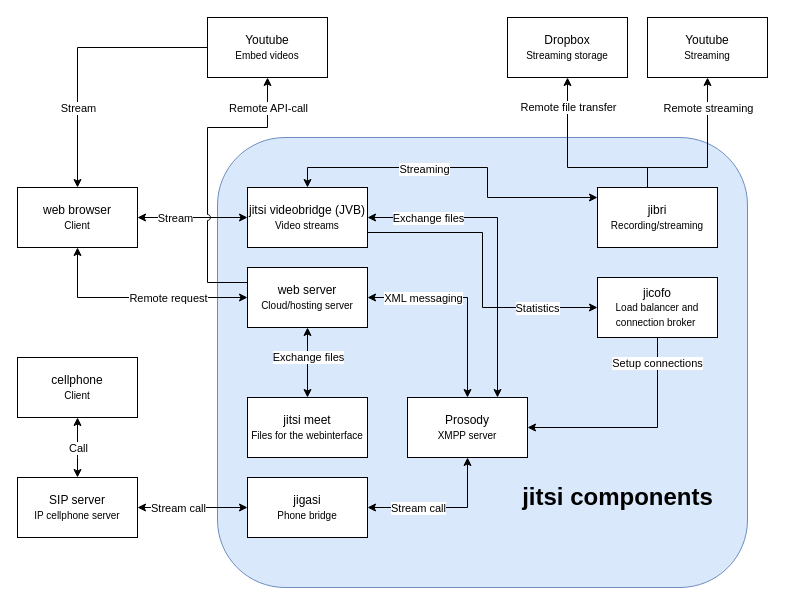
Above: docs/assets/ArchitectureDiagram.drawio in jitsi/handbook (draw.io), before the change. Source tidied: cells renumbered, new cells numbered last; positions are measured from the earlier drawing's top-left corner, leaving out a move shared by most shapes. Both pictures are drawn from the tidied source at 100%, with x=0, y=0 at pixel (17, 17).
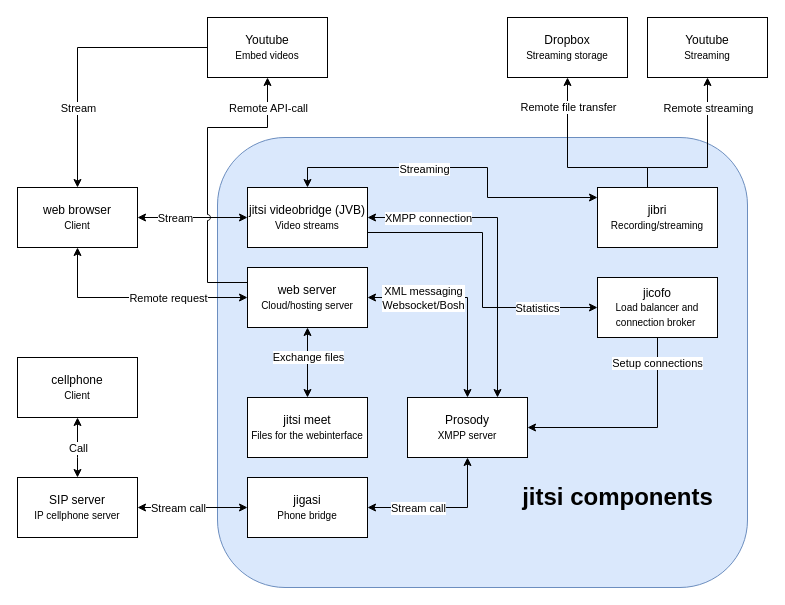
The same page after the edit.

Commit message (it also covers changes not shown here):
Updates the architecture diagram.

The change refers to these unchanged cells:
```xml
<mxCell id="6" style="edgeStyle=orthogonalEdgeStyle;rounded=0;jumpStyle=arc;jettySize=auto;html=1;exitX=1;exitY=0.5;exitDx=0;exitDy=0;entryX=0.75;entryY=0;entryDx=0;entryDy=0;startArrow=classic;startFill=1;endArrow=classic;endFill=1;" parent="1" edge="1" source="8" target="29">
  <mxGeometry relative="1" as="geometry" />
</mxCell>
<mxCell id="27" style="edgeStyle=orthogonalEdgeStyle;rounded=0;jettySize=auto;html=1;exitX=0.5;exitY=0;exitDx=0;exitDy=0;entryX=1;entryY=0.5;entryDx=0;entryDy=0;startArrow=classic;startFill=1;" parent="1" edge="1" source="29" target="40">
  <mxGeometry relative="1" as="geometry" />
</mxCell>
```

Change to the diagram source:
```diff
@@
-    <mxCell id="7" value="Exchange files" style="edgeLabel;html=1;align=center;verticalAlign=middle;" parent="6" vertex="1">
+    <mxCell id="7" value="XMPP connection" style="edgeLabel;html=1;align=center;verticalAlign=middle;" parent="6" vertex="1">
       <mxGeometry x="0.53" y="-1" relative="1" as="geometry">
         <mxPoint x="-69" y="-107" as="offset" />
       </mxGeometry>
     </mxCell>
@@
-    <mxCell id="28" value="XML messaging" style="edgeLabel;html=1;align=center;verticalAlign=middle;" parent="27" vertex="1">
+    <mxCell id="28" value="XML messaging&lt;br&gt;Websocket/Bosh" style="edgeLabel;html=1;align=center;verticalAlign=middle;" parent="27" vertex="1">
       <mxGeometry x="-0.67" y="2" relative="1" as="geometry">
         <mxPoint x="-43" y="-66.7" as="offset" />
       </mxGeometry>
     </mxCell>
```
